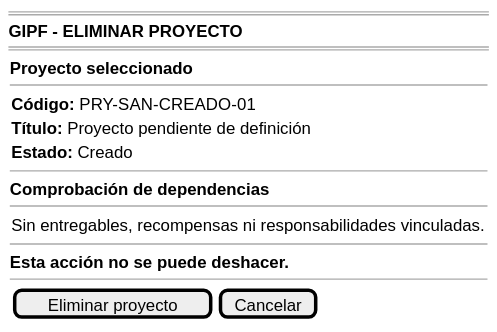
Earlier version of the PlantUML export images/RUP/00-casos-uso/02-detalle/coordinador/eliminarProyecto/eliminarProyecto-wireframe.svg (beatriizorozco/25-26-idsw2-sdVC).
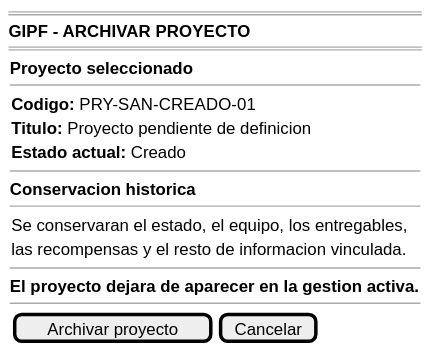
After the commit.

Change to the diagram source:
```diff
@@ -1,26 +1,27 @@
 @startsalt eliminarProyecto-wireframe
 {
     ====
-    <b>GIPF - ELIMINAR PROYECTO</b>
+    <b>GIPF - ARCHIVAR PROYECTO</b>
     ====
     {
         <b>Proyecto seleccionado</b>
         --
         {
-            <b>Código:</b> PRY-SAN-CREADO-01
-            <b>Título:</b> Proyecto pendiente de definición
-            <b>Estado:</b> Creado
+            <b>Codigo:</b> PRY-SAN-CREADO-01
+            <b>Titulo:</b> Proyecto pendiente de definicion
+            <b>Estado actual:</b> Creado
         }
         --
-        <b>Comprobación de dependencias</b>
+        <b>Conservacion historica</b>
         --
         {
-            Sin entregables, recompensas ni responsabilidades vinculadas.
+            Se conservaran el estado, el equipo, los entregables,
+            las recompensas y el resto de informacion vinculada.
         }
         --
-        <b>Esta acción no se puede deshacer.</b>
+        <b>El proyecto dejara de aparecer en la gestion activa.</b>
         --
-        {[Eliminar proyecto] | [Cancelar]}
+        {[Archivar proyecto] | [Cancelar]}
     }
 }
 @endsalt
```
